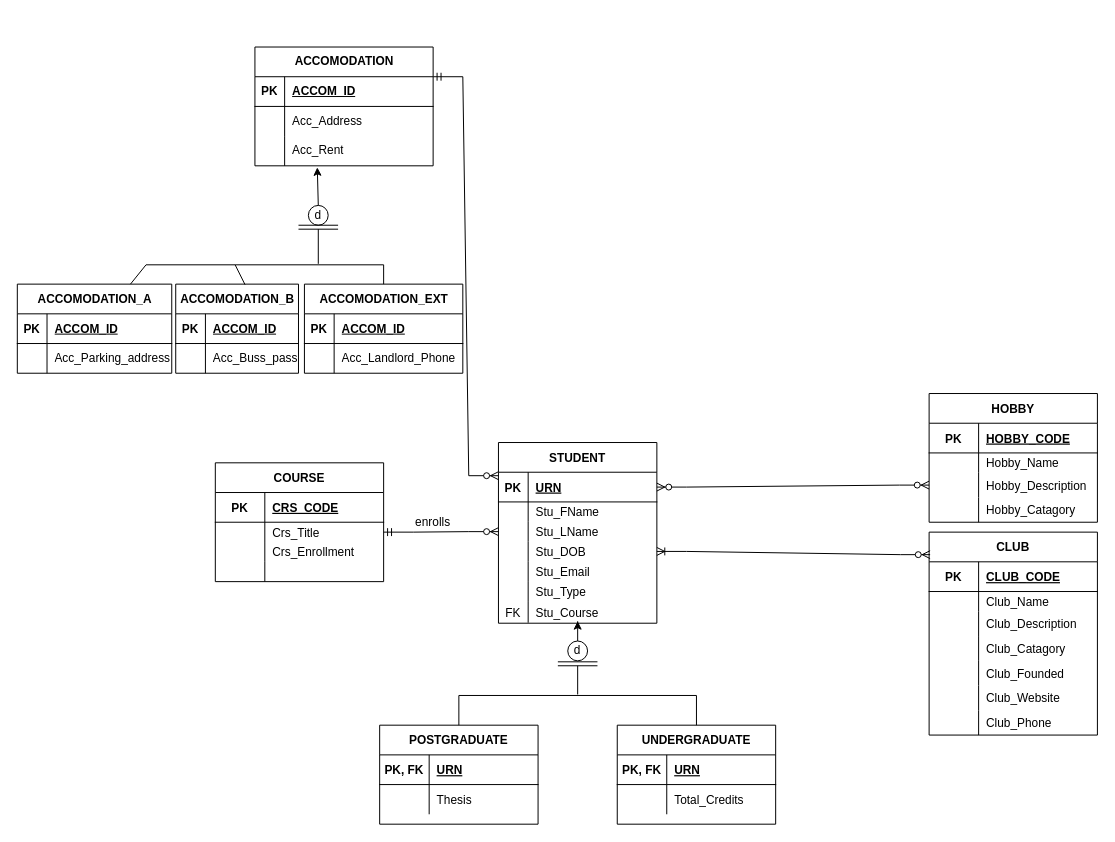
Before: Pre-normalised.drawio in Fin-JNINJA/webdatabasechristmas, a draw.io diagram. Source tidied: cells renumbered, new cells numbered last; positions are measured from the earlier drawing's top-left corner, leaving out a move shared by most shapes. Both pictures are drawn from the tidied source at 99%, with x=0, y=0 at pixel (17, 47).
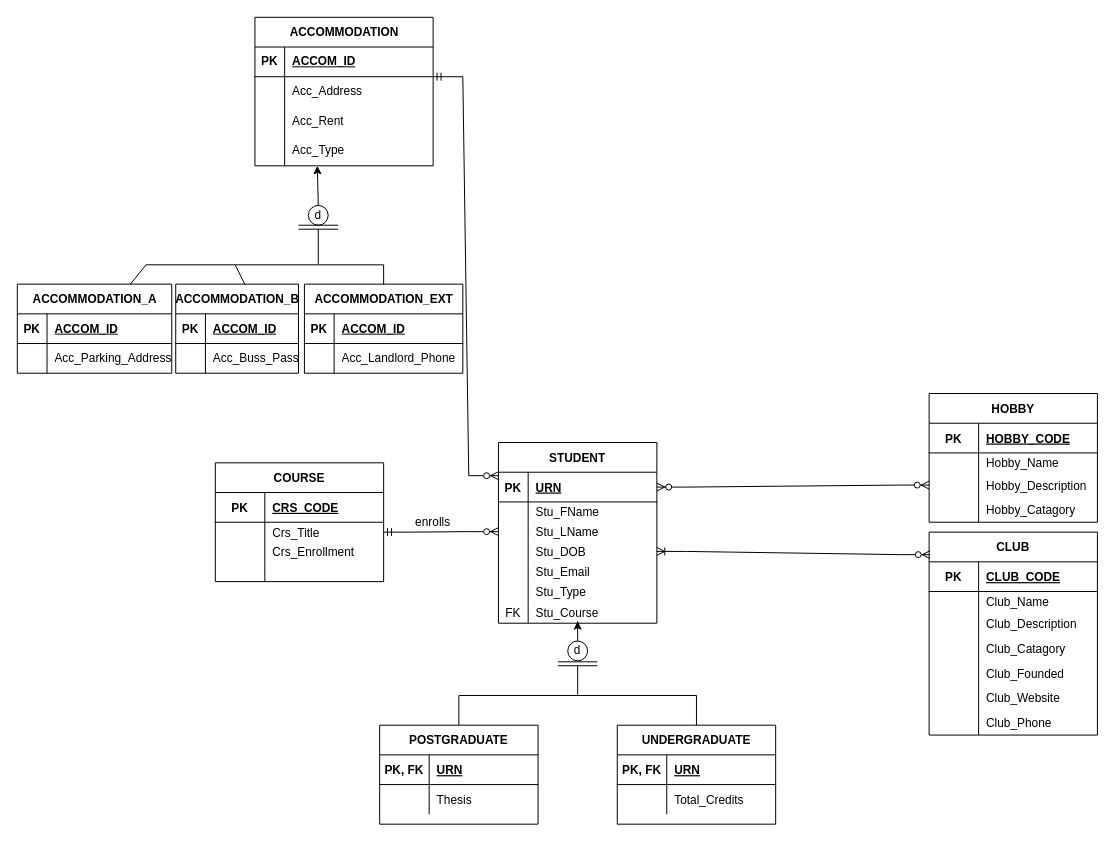
The same page after the edit.

Unchanged cells that the change refers to:
```xml
<mxCell id="109" style="shape=tableRow;horizontal=0;startSize=0;swimlaneHead=0;swimlaneBody=0;fillColor=none;points=[[0,0.5],[1,0.5]];portConstraint=eastwest;top=0;left=0;right=0;bottom=0;" parent="102" vertex="1">
  <mxGeometry y="90" width="180" height="30" as="geometry" />
</mxCell>
<mxCell id="113" value="d" style="text;html=1;strokeColor=none;fillColor=none;align=center;verticalAlign=middle;whiteSpace=wrap;rounded=0;" parent="1" vertex="1">
  <mxGeometry x="284" y="160" width="40" height="20" as="geometry" />
</mxCell>
<mxCell id="119" style="shape=tableRow;horizontal=0;startSize=0;swimlaneHead=0;swimlaneBody=0;fillColor=none;top=0;left=0;right=0;bottom=0;" parent="115" vertex="1">
  <mxGeometry y="60" width="156" height="30" as="geometry" />
</mxCell>
<mxCell id="126" style="shape=tableRow;horizontal=0;startSize=0;swimlaneHead=0;swimlaneBody=0;fillColor=none;top=0;left=0;right=0;bottom=0;" parent="122" vertex="1">
  <mxGeometry y="60" width="124" height="30" as="geometry" />
</mxCell>
```

What changed in the source:
```diff
@@
-    <mxCell id="102" value="ACCOMODATION" style="shape=table;startSize=30;childLayout=tableLayout;rowLines=0;fontStyle=1;align=center;html=1;" parent="1" vertex="1">
-      <mxGeometry x="240" width="180" height="120" as="geometry" />
+    <mxCell id="102" value="ACCOMMODATION" style="shape=table;startSize=30;childLayout=tableLayout;rowLines=0;fontStyle=1;align=center;html=1;" parent="1" vertex="1">
+      <mxGeometry x="240" y="-30" width="180" height="150" as="geometry" />
     </mxCell>
@@
+    <mxCell id="145" style="shape=tableRow;horizontal=0;startSize=0;swimlaneHead=0;swimlaneBody=0;fillColor=none;top=0;left=0;right=0;bottom=0;" parent="102" vertex="1">
+      <mxGeometry y="120" width="180" height="30" as="geometry" />
+    </mxCell>
+    <mxCell id="146" style="shape=partialRectangle;fillColor=none;top=0;left=0;bottom=0;right=0;overflow=hidden;whiteSpace=wrap;html=1;" parent="145" vertex="1">
+      <mxGeometry width="30" height="30" as="geometry" />
+    </mxCell>
+    <mxCell id="147" value="Acc_Type" style="shape=partialRectangle;fillColor=none;top=0;left=0;bottom=0;right=0;align=left;spacingLeft=6;overflow=hidden;whiteSpace=wrap;html=1;" parent="145" vertex="1">
+      <mxGeometry x="30" width="150" height="30" as="geometry" />
+    </mxCell>
@@
-    <mxCell id="114" style="endArrow=classic;html=1;rounded=0;entryX=0.35;entryY=1.053;entryDx=0;entryDy=0;entryPerimeter=0;exitX=0.5;exitY=0;exitDx=0;exitDy=0;" parent="1" edge="1" source="113" target="109">
-      <mxGeometry relative="1" as="geometry" />
+    <mxCell id="114" style="endArrow=classic;html=1;rounded=0;exitX=0.5;exitY=0;exitDx=0;exitDy=0;" parent="1" edge="1" source="113">
+      <mxGeometry relative="1" as="geometry">
+        <mxPoint x="303" y="120" as="targetPoint" />
+      </mxGeometry>
     </mxCell>
-    <mxCell id="115" value="ACCOMODATION_A" style="shape=table;startSize=30;childLayout=tableLayout;rowLines=0;fontStyle=1;align=center;html=1;" parent="1" vertex="1">
+    <mxCell id="115" value="ACCOMMODATION_A" style="shape=table;startSize=30;childLayout=tableLayout;rowLines=0;fontStyle=1;align=center;html=1;" parent="1" vertex="1">
       <mxGeometry y="239.5" width="156" height="90" as="geometry" />
     </mxCell>
@@
-    <mxCell id="121" value="Acc_Parking_address" style="shape=partialRectangle;fillColor=none;top=0;left=0;bottom=0;right=0;align=left;spacingLeft=6;overflow=hidden;whiteSpace=wrap;html=1;" parent="119" vertex="1">
+    <mxCell id="121" value="Acc_Parking_Address" style="shape=partialRectangle;fillColor=none;top=0;left=0;bottom=0;right=0;align=left;spacingLeft=6;overflow=hidden;whiteSpace=wrap;html=1;" parent="119" vertex="1">
       <mxGeometry x="30" width="126" height="30" as="geometry" />
     </mxCell>
-    <mxCell id="122" value="ACCOMODATION_B" style="shape=table;startSize=30;childLayout=tableLayout;rowLines=0;fontStyle=1;align=center;html=1;" parent="1" vertex="1">
+    <mxCell id="122" value="ACCOMMODATION_B" style="shape=table;startSize=30;childLayout=tableLayout;rowLines=0;fontStyle=1;align=center;html=1;" parent="1" vertex="1">
       <mxGeometry x="160" y="239.5" width="124" height="90" as="geometry" />
     </mxCell>
@@
-    <mxCell id="128" value="Acc_Buss_pass" style="shape=partialRectangle;fillColor=none;top=0;left=0;bottom=0;right=0;align=left;spacingLeft=6;overflow=hidden;whiteSpace=wrap;html=1;" parent="126" vertex="1">
+    <mxCell id="128" value="Acc_Buss_Pass" style="shape=partialRectangle;fillColor=none;top=0;left=0;bottom=0;right=0;align=left;spacingLeft=6;overflow=hidden;whiteSpace=wrap;html=1;" parent="126" vertex="1">
       <mxGeometry x="30" width="94" height="30" as="geometry" />
     </mxCell>
@@
-    <mxCell id="132" value="ACCOMODATION_EXT" style="shape=table;startSize=30;childLayout=tableLayout;rowLines=0;fontStyle=1;align=center;html=1;" parent="1" vertex="1">
+    <mxCell id="132" value="ACCOMMODATION_EXT" style="shape=table;startSize=30;childLayout=tableLayout;rowLines=0;fontStyle=1;align=center;html=1;" parent="1" vertex="1">
       <mxGeometry x="290" y="239.5" width="160" height="90" as="geometry" />
     </mxCell>
```
